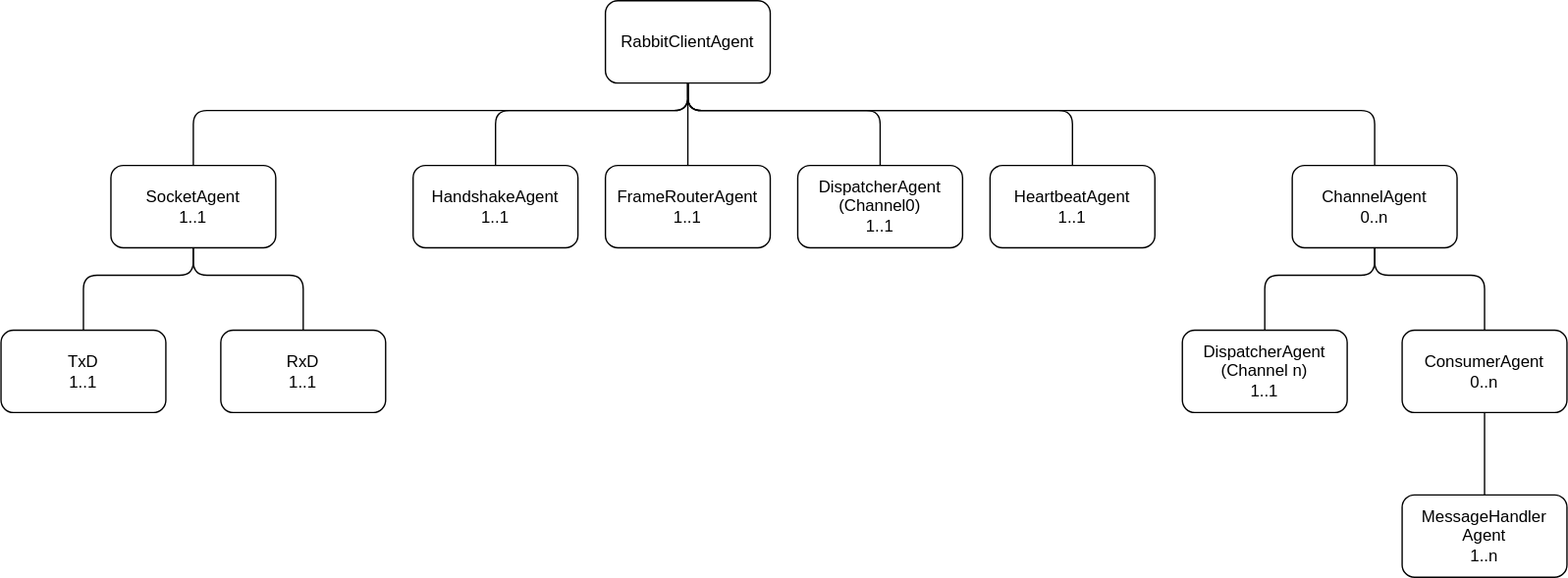
Matthew-Davey/Lapine keeps this draw.io diagram as Lapine.Core/Agents/AgentHierarchy.drawio.svg. Above is the earlier version. Source tidied: cells renumbered, new cells last; positions are measured from the earlier drawing's top-left corner, leaving out a move shared by most shapes.
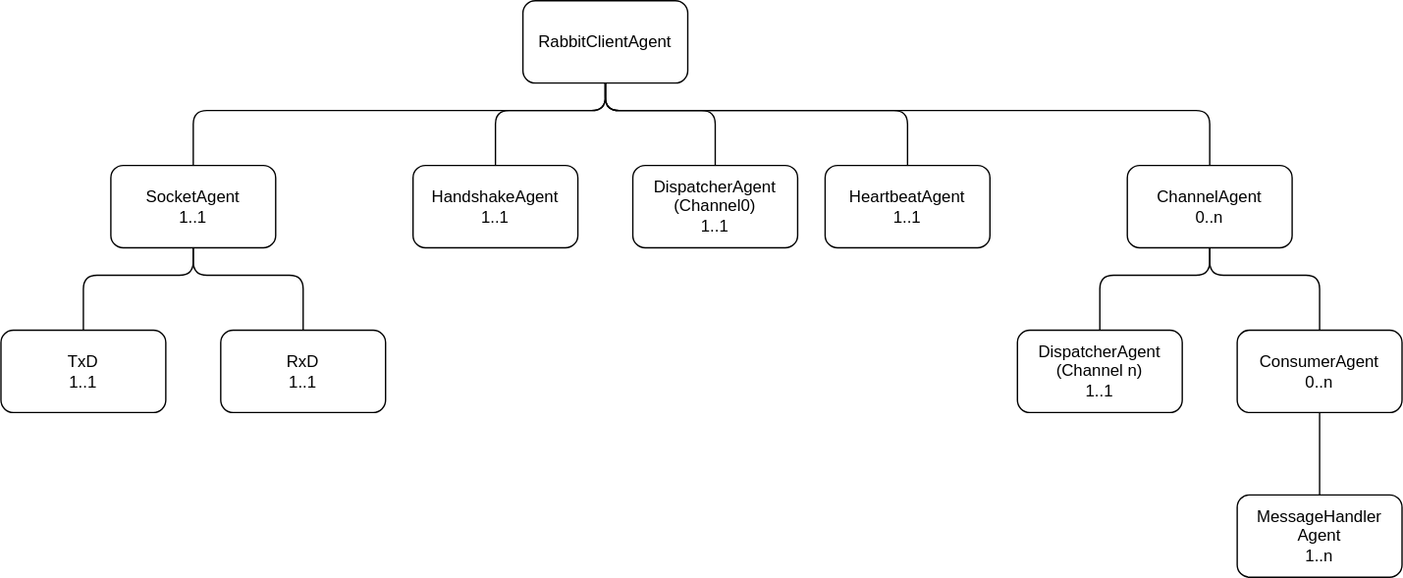
Later version of the same file.

Commit message:
Received frames are now broadcast to the global event stream instead of being routed by the FrameRouter agent

What changed in the source:
```diff
@@ -3,23 +3,20 @@
     <mxCell id="0" />
     <mxCell id="1" parent="0" />
     <mxCell id="2" value="RabbitClientAgent" style="rounded=1;whiteSpace=wrap;html=1;" parent="1" vertex="1">
-      <mxGeometry x="440" width="120" height="60" as="geometry" />
+      <mxGeometry x="500" width="120" height="60" as="geometry" />
     </mxCell>
     <mxCell id="3" value="HandshakeAgent&lt;br&gt;1..1" style="rounded=1;whiteSpace=wrap;html=1;" parent="1" vertex="1">
-      <mxGeometry x="300" y="120" width="120" height="60" as="geometry" />
+      <mxGeometry x="420" y="120" width="120" height="60" as="geometry" />
     </mxCell>
     <mxCell id="4" value="SocketAgent&lt;br&gt;1..1" style="rounded=1;whiteSpace=wrap;html=1;" parent="1" vertex="1">
-      <mxGeometry x="80" y="120" width="120" height="60" as="geometry" />
+      <mxGeometry x="200" y="120" width="120" height="60" as="geometry" />
     </mxCell>
     <mxCell id="5" value="TxD&lt;br&gt;1..1" style="rounded=1;whiteSpace=wrap;html=1;" parent="1" vertex="1">
-      <mxGeometry y="240" width="120" height="60" as="geometry" />
+      <mxGeometry x="120" y="240" width="120" height="60" as="geometry" />
     </mxCell>
     <mxCell id="6" value="RxD&lt;br&gt;1..1" style="rounded=1;whiteSpace=wrap;html=1;" parent="1" vertex="1">
-      <mxGeometry x="160" y="240" width="120" height="60" as="geometry" />
+      <mxGeometry x="280" y="240" width="120" height="60" as="geometry" />
     </mxCell>
-    <mxCell id="7" value="FrameRouterAgent&lt;br&gt;1..1" style="rounded=1;whiteSpace=wrap;html=1;" parent="1" vertex="1">
-      <mxGeometry x="440" y="120" width="120" height="60" as="geometry" />
-    </mxCell>
     <mxCell id="8" value="DispatcherAgent&lt;br&gt;(Channel0)&lt;br&gt;1..1" style="rounded=1;whiteSpace=wrap;html=1;" parent="1" vertex="1">
       <mxGeometry x="580" y="120" width="120" height="60" as="geometry" />
     </mxCell>
@@ -35,26 +32,23 @@
     <mxCell id="12" style="endArrow=none;html=1;exitX=0.5;exitY=0;exitDx=0;exitDy=0;entryX=0.5;entryY=1;entryDx=0;entryDy=0;" parent="1" edge="1" source="4" target="2">
       <mxGeometry relative="1" as="geometry">
         <Array as="points">
-          <mxPoint x="140" y="80" />
-          <mxPoint x="500" y="80" />
+          <mxPoint x="260" y="80" />
+          <mxPoint x="560" y="80" />
         </Array>
       </mxGeometry>
     </mxCell>
     <mxCell id="13" style="endArrow=none;html=1;exitX=0.5;exitY=0;exitDx=0;exitDy=0;entryX=0.5;entryY=1;entryDx=0;entryDy=0;" parent="1" edge="1" source="3" target="2">
       <mxGeometry relative="1" as="geometry">
         <Array as="points">
-          <mxPoint x="360" y="80" />
-          <mxPoint x="500" y="80" />
+          <mxPoint x="480" y="80" />
+          <mxPoint x="560" y="80" />
         </Array>
       </mxGeometry>
     </mxCell>
-    <mxCell id="14" style="endArrow=none;html=1;entryX=0.5;entryY=1;entryDx=0;entryDy=0;exitX=0.5;exitY=0;exitDx=0;exitDy=0;" parent="1" edge="1" source="7" target="2">
-      <mxGeometry relative="1" as="geometry" />
-    </mxCell>
     <mxCell id="15" style="endArrow=none;html=1;entryX=0.5;entryY=0;entryDx=0;entryDy=0;exitX=0.5;exitY=1;exitDx=0;exitDy=0;" parent="1" edge="1" source="2" target="8">
       <mxGeometry relative="1" as="geometry">
         <Array as="points">
-          <mxPoint x="500" y="80" />
+          <mxPoint x="560" y="80" />
           <mxPoint x="640" y="80" />
         </Array>
       </mxGeometry>
@@ -62,16 +56,16 @@
     <mxCell id="16" style="endArrow=none;html=1;entryX=0.5;entryY=1;entryDx=0;entryDy=0;exitX=0.5;exitY=0;exitDx=0;exitDy=0;" parent="1" edge="1" source="5" target="4">
       <mxGeometry relative="1" as="geometry">
         <Array as="points">
-          <mxPoint x="60" y="200" />
-          <mxPoint x="140" y="200" />
+          <mxPoint x="180" y="200" />
+          <mxPoint x="260" y="200" />
         </Array>
       </mxGeometry>
     </mxCell>
     <mxCell id="17" style="endArrow=none;html=1;entryX=0.5;entryY=1;entryDx=0;entryDy=0;exitX=0.5;exitY=0;exitDx=0;exitDy=0;" parent="1" edge="1" source="6" target="4">
       <mxGeometry relative="1" as="geometry">
         <Array as="points">
-          <mxPoint x="220" y="200" />
-          <mxPoint x="140" y="200" />
+          <mxPoint x="340" y="200" />
+          <mxPoint x="260" y="200" />
         </Array>
       </mxGeometry>
     </mxCell>
@@ -79,7 +73,7 @@
       <mxGeometry relative="1" as="geometry">
         <Array as="points">
           <mxPoint x="780" y="80" />
-          <mxPoint x="500" y="80" />
+          <mxPoint x="560" y="80" />
         </Array>
       </mxGeometry>
     </mxCell>
@@ -87,7 +81,7 @@
       <mxGeometry relative="1" as="geometry">
         <Array as="points">
           <mxPoint x="1000" y="80" />
-          <mxPoint x="500" y="80" />
+          <mxPoint x="560" y="80" />
         </Array>
       </mxGeometry>
     </mxCell>
```
